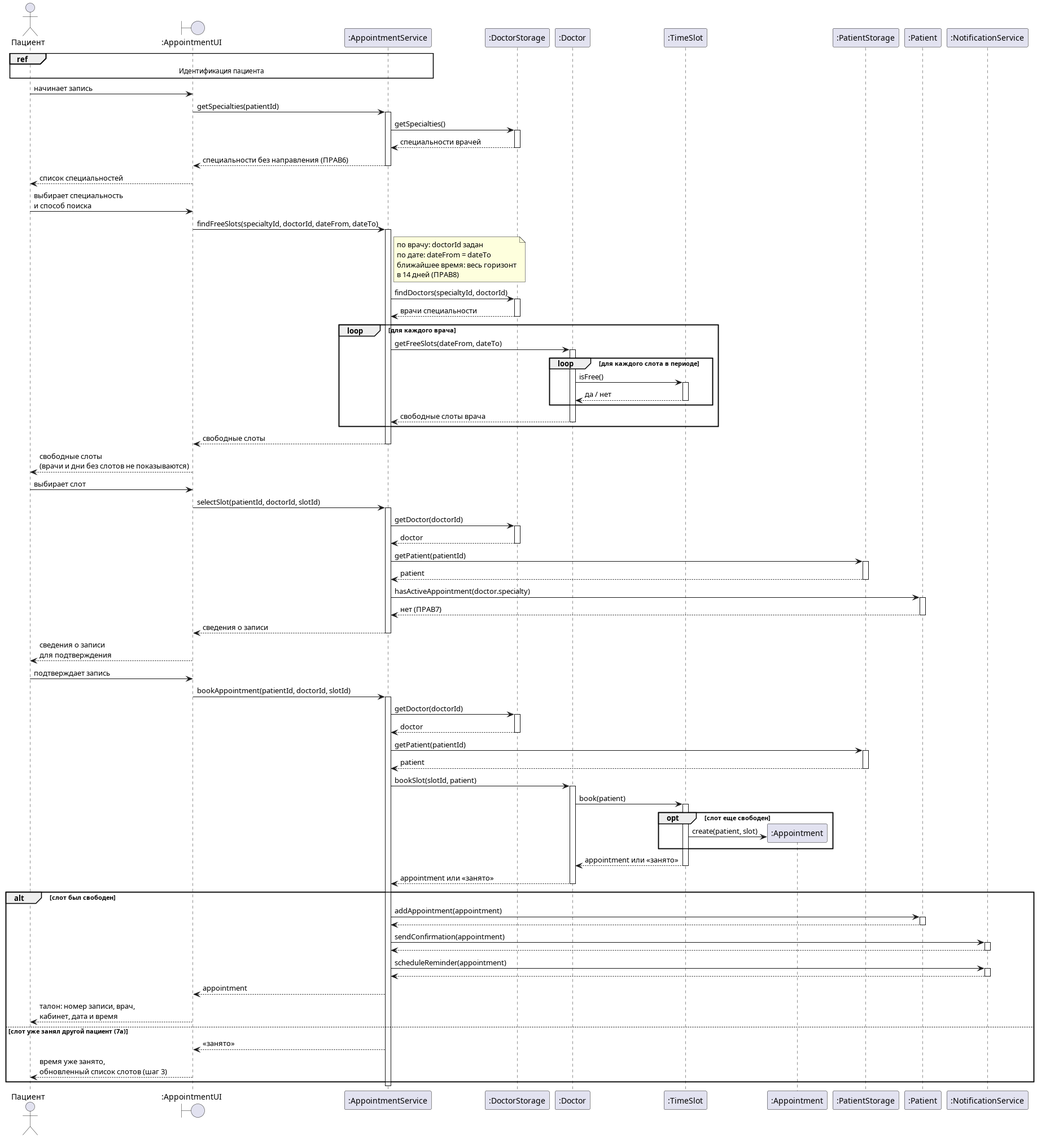
Earlier version of the PlantUML export img/booking-sequence.png (penamarth/bsbo-11-24_team3_var3_clinic).
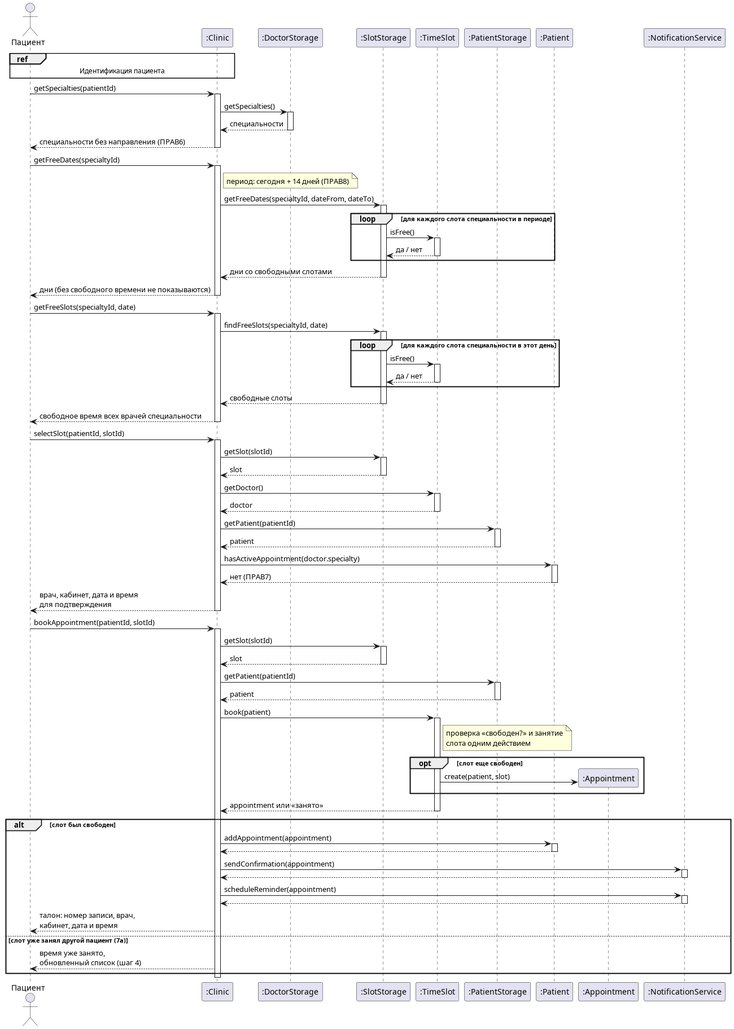
After the change.

Commit message:
последовательность записи

Change to the diagram source:
```diff
@@ -1,82 +1,73 @@
 @startuml booking-sequence
 actor Пациент
-boundary ":AppointmentUI" as UI
-participant ":AppointmentService" as S
+participant ":Clinic" as C
 participant ":DoctorStorage" as DS
-participant ":Doctor" as D
+participant ":SlotStorage" as SS
 participant ":TimeSlot" as Slot
-participant ":Appointment" as A
 participant ":PatientStorage" as PS
 participant ":Patient" as P
+participant ":Appointment" as A
 participant ":NotificationService" as N
 
-ref over Пациент, UI, S : Идентификация пациента
+ref over Пациент, C : Идентификация пациента
 
-Пациент -> UI : начинает запись
-UI -> S ++ : getSpecialties(patientId)
-S -> DS ++ : getSpecialties()
-DS --> S -- : специальности врачей
-S --> UI -- : специальности без направления (ПРАВ6)
-UI --> Пациент : список специальностей
+Пациент -> C ++ : getSpecialties(patientId)
+C -> DS ++ : getSpecialties()
+DS --> C -- : специальности
+C --> Пациент -- : специальности без направления (ПРАВ6)
 
-Пациент -> UI : выбирает специальность\nи способ поиска
-UI -> S ++ : findFreeSlots(specialtyId, doctorId, dateFrom, dateTo)
-note right of S
-  по врачу: doctorId задан
-  по дате: dateFrom = dateTo
-  ближайшее время: весь горизонт
-  в 14 дней (ПРАВ8)
-end note
-S -> DS ++ : findDoctors(specialtyId, doctorId)
-DS --> S -- : врачи специальности
-loop для каждого врача
-  S -> D ++ : getFreeSlots(dateFrom, dateTo)
-  loop для каждого слота в периоде
-    D -> Slot ++ : isFree()
-    Slot --> D -- : да / нет
-  end
-  D --> S -- : свободные слоты врача
+Пациент -> C ++ : getFreeDates(specialtyId)
+note right of C : период: сегодня + 14 дней (ПРАВ8)
+C -> SS ++ : getFreeDates(specialtyId, dateFrom, dateTo)
+loop для каждого слота специальности в периоде
+  SS -> Slot ++ : isFree()
+  Slot --> SS -- : да / нет
 end
-S --> UI -- : свободные слоты
-UI --> Пациент : свободные слоты\n(врачи и дни без слотов не показываются)
+SS --> C -- : дни со свободными слотами
+C --> Пациент -- : дни (без свободного времени не показываются)
 
-Пациент -> UI : выбирает слот
-UI -> S ++ : selectSlot(patientId, doctorId, slotId)
-S -> DS ++ : getDoctor(doctorId)
-DS --> S -- : doctor
-S -> PS ++ : getPatient(patientId)
-PS --> S -- : patient
-S -> P ++ : hasActiveAppointment(doctor.specialty)
-P --> S -- : нет (ПРАВ7)
-S --> UI -- : сведения о записи
-UI --> Пациент : сведения о записи\nдля подтверждения
+Пациент -> C ++ : getFreeSlots(specialtyId, date)
+C -> SS ++ : findFreeSlots(specialtyId, date)
+loop для каждого слота специальности в этот день
+  SS -> Slot ++ : isFree()
+  Slot --> SS -- : да / нет
+end
+SS --> C -- : свободные слоты
+C --> Пациент -- : свободное время всех врачей специальности
 
-Пациент -> UI : подтверждает запись
-UI -> S ++ : bookAppointment(patientId, doctorId, slotId)
-S -> DS ++ : getDoctor(doctorId)
-DS --> S -- : doctor
-S -> PS ++ : getPatient(patientId)
-PS --> S -- : patient
-S -> D ++ : bookSlot(slotId, patient)
-D -> Slot ++ : book(patient)
+Пациент -> C ++ : selectSlot(patientId, slotId)
+C -> SS ++ : getSlot(slotId)
+SS --> C -- : slot
+C -> Slot ++ : getDoctor()
+Slot --> C -- : doctor
+C -> PS ++ : getPatient(patientId)
+PS --> C -- : patient
+C -> P ++ : hasActiveAppointment(doctor.specialty)
+P --> C -- : нет (ПРАВ7)
+C --> Пациент -- : врач, кабинет, дата и время\nдля подтверждения
+
+Пациент -> C ++ : bookAppointment(patientId, slotId)
+C -> SS ++ : getSlot(slotId)
+SS --> C -- : slot
+C -> PS ++ : getPatient(patientId)
+PS --> C -- : patient
+C -> Slot ++ : book(patient)
+note right of Slot : проверка «свободен?» и занятие\nслота одним действием
 opt слот еще свободен
   Slot -> A ** : create(patient, slot)
 end
-Slot --> D -- : appointment или «занято»
-D --> S -- : appointment или «занято»
+Slot --> C -- : appointment или «занято»
 alt слот был свободен
-  S -> P ++ : addAppointment(appointment)
-  P --> S --
-  S -> N ++ : sendConfirmation(appointment)
-  N --> S --
-  S -> N ++ : scheduleReminder(appointment)
-  N --> S --
-  S --> UI : appointment
-  UI --> Пациент : талон: номер записи, врач,\nкабинет, дата и время
+  C -> P ++ : addAppointment(appointment)
+  P --> C --
+  C -> N ++ : sendConfirmation(appointment)
+  N --> C --
+  C -> N ++ : scheduleReminder(appointment)
+  N --> C --
+  C --> Пациент : талон: номер записи, врач,\nкабинет, дата и время
 else слот уже занял другой пациент (7а)
-  S --> UI : «занято»
-  UI --> Пациент : время уже занято,\nобновленный список слотов (шаг 3)
+  C --> Пациент : время уже занято,\nобновленный список (шаг 4)
 end
-deactivate S
+deactivate C
 
 @enduml
```
